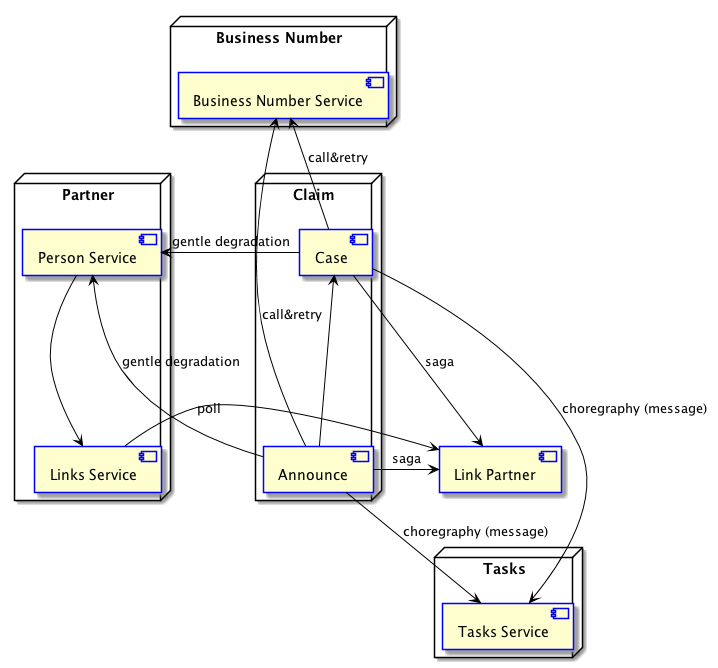
The PlantUML diagram doc/images/components.png in fxleloup/microservice-sandbox, before a commit.
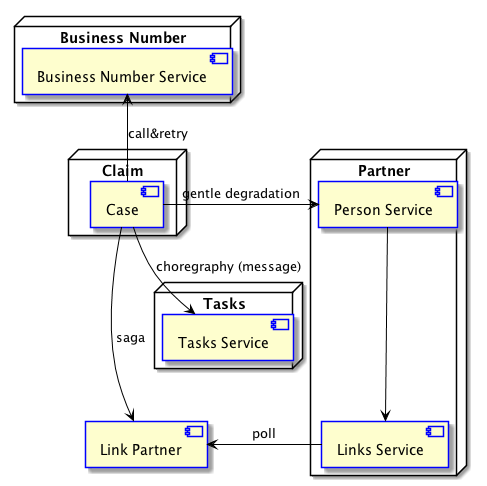
The same diagram one commit later.

What changed in the source:
```diff
@@ -18,19 +18,13 @@
 }
 
 node "Claim" as main {
-    [Announce] as a
     [Case] as c
 }
     [Link Partner] as lp
 
-    a -u-> c
-    a -u-> bns : call&retry
-    a -left-> ps : gentle degradation
-    a --> ts : choregraphy (message)
     c -right-> lp : saga
-    a -> lp : saga
     lp <- ls : poll
-    c -> ts : choregraphy (message)
+    c --> ts : choregraphy (message)
     c -u-> bns : call&retry
     c -> ps : gentle degradation
 
```
